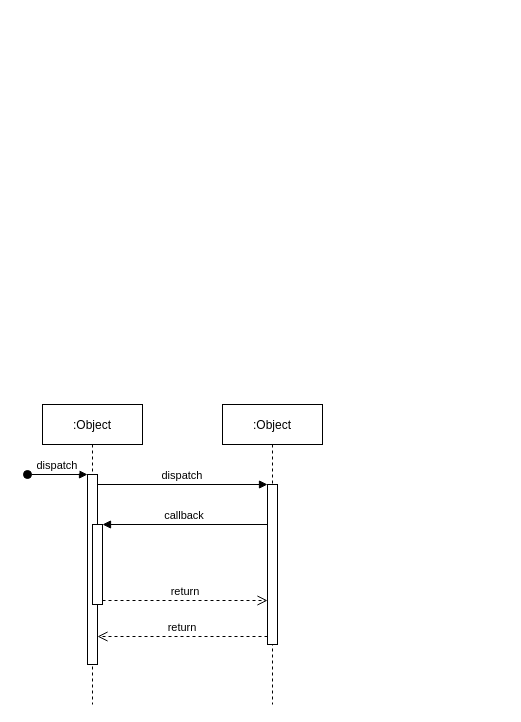
Tony-Liuduan/micro-demo keeps this draw.io diagram as packages/Untitled Diagram.drawio. Above is the earlier version. Source tidied: cells renumbered, new cells numbered last; positions are measured from the earlier drawing's top-left corner, leaving out a move shared by most shapes. Both pictures are drawn from the tidied source at 100%, with x=0, y=0 at pixel (27, 404).
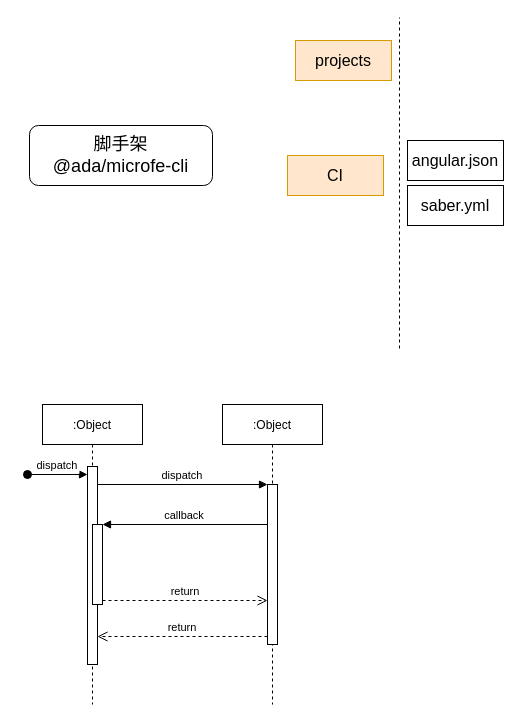
Above is the later version.

The edit, as a diff of the source:
```diff
@@
-<mxGraphModel>
+<mxGraphModel background="#ffffff">
   <root>
     <mxCell id="0" />
     <mxCell id="1" parent="0" />
     <mxCell id="2" value=":Object" style="shape=umlLifeline;perimeter=lifelinePerimeter;rounded=0;shadow=0;strokeWidth=1;" parent="1" vertex="1">
       <mxGeometry x="15" width="100" height="300" as="geometry" />
     </mxCell>
     <mxCell id="3" style="points=[];perimeter=orthogonalPerimeter;rounded=0;shadow=0;strokeWidth=1;" parent="2" vertex="1">
-      <mxGeometry x="45" y="70" width="10" height="190" as="geometry" />
+      <mxGeometry x="45" y="62" width="10" height="198" as="geometry" />
     </mxCell>
     <mxCell id="4" value="dispatch" style="verticalAlign=bottom;startArrow=oval;endArrow=block;startSize=8;shadow=0;strokeWidth=1;" parent="2" edge="1" target="3">
       <mxGeometry relative="1" as="geometry">
         <mxPoint x="-15" y="70" as="sourcePoint" />
       </mxGeometry>
     </mxCell>
     <mxCell id="5" style="points=[];perimeter=orthogonalPerimeter;rounded=0;shadow=0;strokeWidth=1;" parent="2" vertex="1">
       <mxGeometry x="50" y="120" width="10" height="80" as="geometry" />
     </mxCell>
     <mxCell id="6" value=":Object" style="shape=umlLifeline;perimeter=lifelinePerimeter;rounded=0;shadow=0;strokeWidth=1;" parent="1" vertex="1">
       <mxGeometry x="195" width="100" height="300" as="geometry" />
     </mxCell>
     <mxCell id="7" style="points=[];perimeter=orthogonalPerimeter;rounded=0;shadow=0;strokeWidth=1;" parent="6" vertex="1">
       <mxGeometry x="45" y="80" width="10" height="160" as="geometry" />
     </mxCell>
     <mxCell id="8" value="return" style="verticalAlign=bottom;endArrow=open;dashed=1;endSize=8;exitX=0;exitY=0.95;shadow=0;strokeWidth=1;" parent="1" edge="1" source="7" target="3">
       <mxGeometry relative="1" as="geometry" />
     </mxCell>
     <mxCell id="9" value="dispatch" style="verticalAlign=bottom;endArrow=block;entryX=0;entryY=0;shadow=0;strokeWidth=1;" parent="1" edge="1" source="3" target="7">
       <mxGeometry relative="1" as="geometry" />
     </mxCell>
     <mxCell id="10" value="callback" style="verticalAlign=bottom;endArrow=block;entryX=1;entryY=0;shadow=0;strokeWidth=1;" parent="1" edge="1" source="7" target="5">
       <mxGeometry relative="1" as="geometry" />
     </mxCell>
     <mxCell id="11" value="return" style="verticalAlign=bottom;endArrow=open;dashed=1;endSize=8;exitX=1;exitY=0.95;shadow=0;strokeWidth=1;" parent="1" edge="1" source="5" target="7">
       <mxGeometry relative="1" as="geometry" />
     </mxCell>
+    <mxCell id="12" value="&lt;font style=&quot;font-size: 18px&quot;&gt;脚手架&lt;br&gt;@ada/microfe-cli&lt;br&gt;&lt;/font&gt;" style="rounded=1;whiteSpace=wrap;html=1;" parent="1" vertex="1">
+      <mxGeometry x="2" y="-279" width="183" height="60" as="geometry" />
+    </mxCell>
+    <mxCell id="13" style="endArrow=none;dashed=1;html=1;" parent="1" edge="1">
+      <mxGeometry relative="1" as="geometry">
+        <mxPoint x="372" y="-56" as="sourcePoint" />
+        <mxPoint x="372" y="-387" as="targetPoint" />
+      </mxGeometry>
+    </mxCell>
+    <mxCell id="14" value="&lt;font style=&quot;font-size: 16px&quot;&gt;projects&lt;/font&gt;" style="rounded=0;whiteSpace=wrap;html=1;fillColor=#ffe6cc;strokeColor=#d79b00;" parent="1" vertex="1">
+      <mxGeometry x="268" y="-364" width="96" height="40" as="geometry" />
+    </mxCell>
+    <mxCell id="15" value="&lt;font style=&quot;font-size: 16px&quot;&gt;angular.json&lt;/font&gt;" style="rounded=0;whiteSpace=wrap;html=1;" parent="1" vertex="1">
+      <mxGeometry x="380" y="-264" width="96" height="40" as="geometry" />
+    </mxCell>
+    <mxCell id="16" value="&lt;span style=&quot;font-size: 16px&quot;&gt;saber.yml&lt;/span&gt;" style="rounded=0;whiteSpace=wrap;html=1;" parent="1" vertex="1">
+      <mxGeometry x="380" y="-219" width="96" height="40" as="geometry" />
+    </mxCell>
+    <mxCell id="17" value="&lt;span style=&quot;font-size: 16px&quot;&gt;CI&lt;/span&gt;" style="rounded=0;whiteSpace=wrap;html=1;fillColor=#ffe6cc;strokeColor=#d79b00;" parent="1" vertex="1">
+      <mxGeometry x="260" y="-249" width="96" height="40" as="geometry" />
+    </mxCell>
   </root>
 </mxGraphModel>
```
